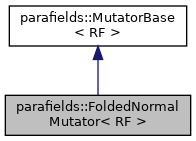
Earlier version of the Graphviz export a01045.png (parafields/parafields-core). Its source is kept beside it as a01045.dot.
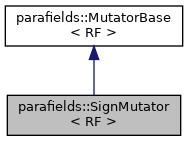
The same diagram one commit later.

What changed in the source:
```diff
@@ -1,8 +1,8 @@
-digraph "parafields::FoldedNormalMutator&lt; RF &gt;"
+digraph "parafields::SignMutator&lt; RF &gt;"
 {
   edge [fontname="Helvetica",fontsize="10",labelfontname="Helvetica",labelfontsize="10"];
   node [fontname="Helvetica",fontsize="10",shape=record];
-  Node1 [label="parafields::FoldedNormal\lMutator\< RF \>",height=0.2,width=0.4,color="black", fillcolor="grey75", style="filled", fontcolor="black",tooltip="Absolute value function mutator for folded normal fields."];
+  Node1 [label="parafields::SignMutator\l\< RF \>",height=0.2,width=0.4,color="black", fillcolor="grey75", style="filled", fontcolor="black",tooltip="Replaces value with its sign (-1 for negative, +1 for nonnegative)"];
   Node2 -> Node1 [dir="back",color="midnightblue",fontsize="10",style="solid",fontname="Helvetica"];
-  Node2 [label="parafields::MutatorBase\l\< RF \>",height=0.2,width=0.4,color="black", fillcolor="white", style="filled",URL="$a01034.html",tooltip="Abstract base class for value transformations."];
+  Node2 [label="parafields::MutatorBase\l\< RF \>",height=0.2,width=0.4,color="black", fillcolor="white", style="filled",URL="$a01030.html",tooltip="Abstract base class for value transformations."];
 }
```
